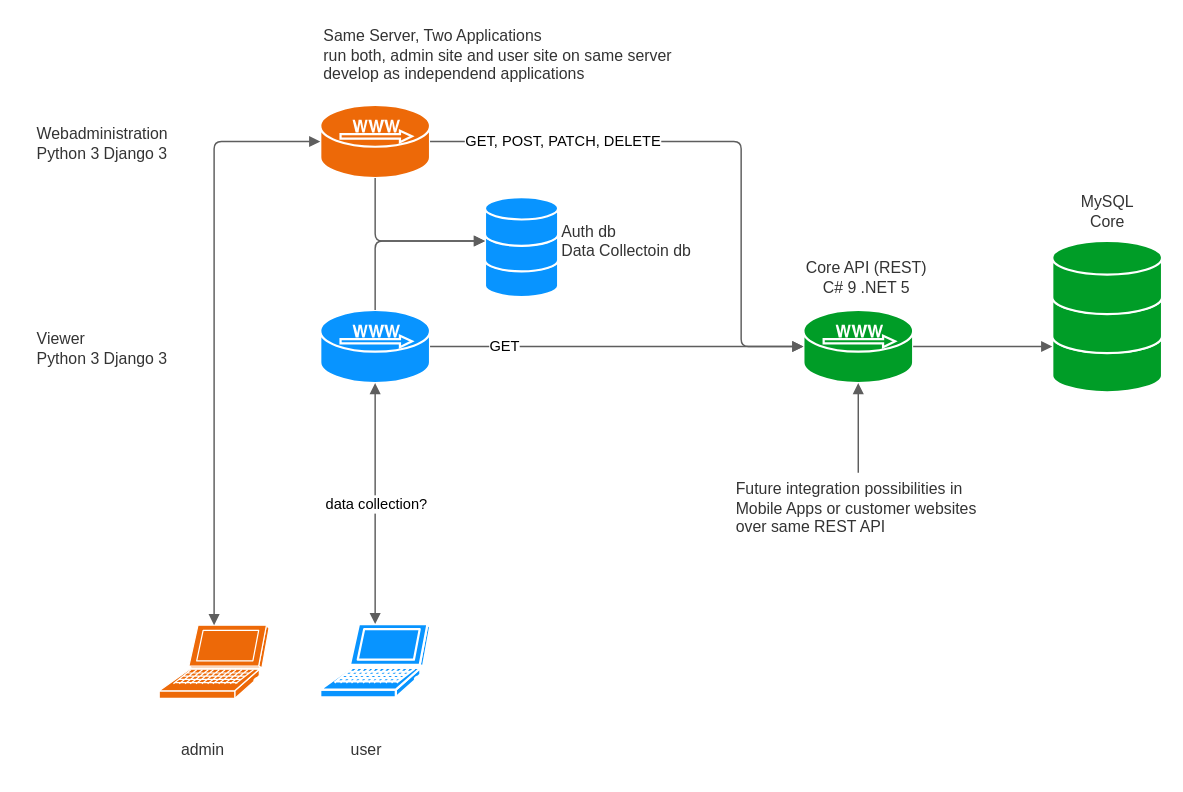
This is docs/howtos_server.drawio from tiveritz/how-tos-api-csharp, a draw.io file, before an edit. Source tidied: cells renumbered, new cells numbered last; positions are measured from the earlier drawing's top-left corner, leaving out a move shared by most shapes. Both pictures are drawn from the tidied source at 122%, with x=0, y=0 at pixel (21, 21).
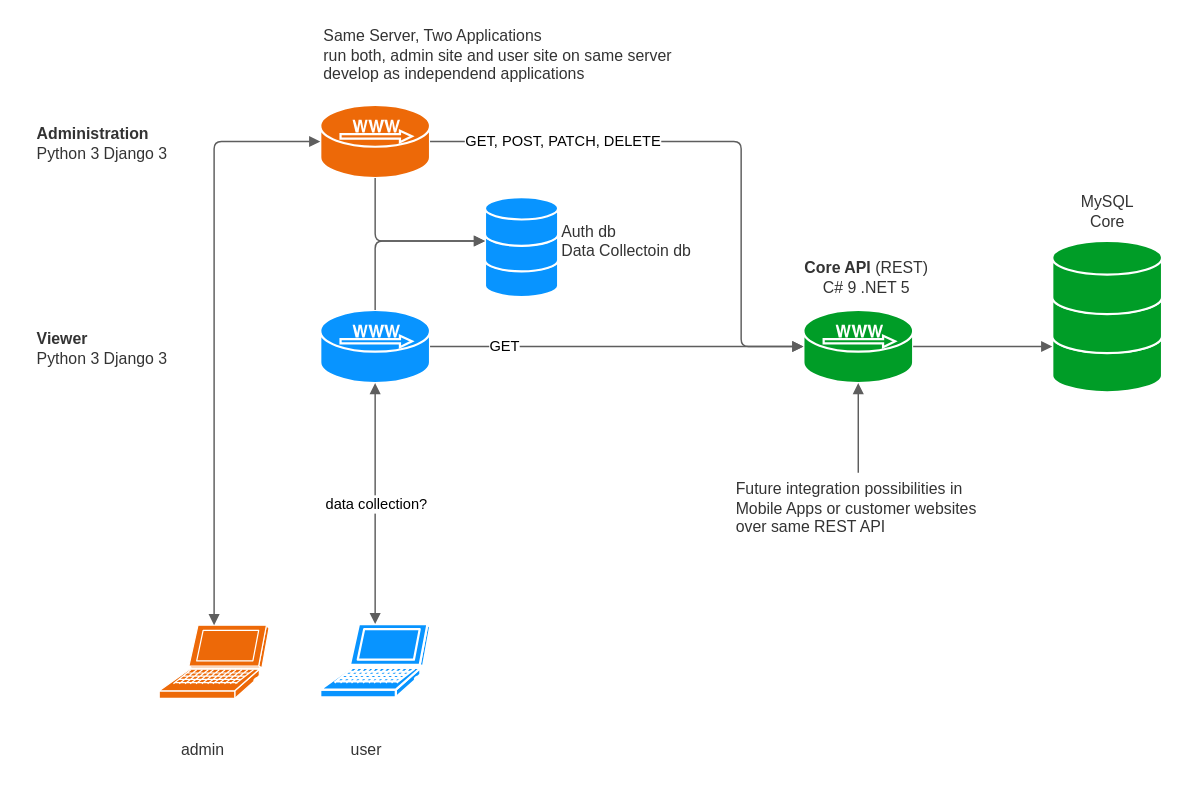
The same page after the edit.

Diff of the diagram source:
```diff
@@
-    <mxCell id="2" value="Core API (REST)&lt;br&gt;C# 9 .NET 5" style="html=1;whiteSpace=wrap;fontSize=13;fontColor=#333333;fontStyle=0;align=center;spacingLeft=13.333333333333332;spacing=0;verticalAlign=top;strokeColor=none;strokeOpacity=100;rounded=1;absoluteArcSize=1;arcSize=7.199999999999999;fillColor=none;strokeWidth=1.7999999999999998;" parent="1" vertex="1">
+    <mxCell id="2" value="&lt;b&gt;Core API &lt;/b&gt;(REST)&lt;br&gt;C# 9 .NET 5" style="html=1;whiteSpace=wrap;fontSize=13;fontColor=#333333;fontStyle=0;align=center;spacingLeft=13.333333333333332;spacing=0;verticalAlign=top;strokeColor=none;strokeOpacity=100;rounded=1;absoluteArcSize=1;arcSize=7.199999999999999;fillColor=none;strokeWidth=1.7999999999999998;" parent="1" vertex="1">
       <mxGeometry x="629.5" y="189.5" width="113" height="41" as="geometry" />
     </mxCell>
@@
-    <mxCell id="21" value="Webadministration&lt;br&gt;Python 3 Django 3" style="html=1;whiteSpace=wrap;fontSize=13;fontColor=#333333;fontStyle=0;align=left;spacingLeft=13.333333333333332;spacing=0;verticalAlign=top;strokeColor=none;strokeOpacity=100;rounded=1;absoluteArcSize=1;arcSize=7.199999999999999;fillColor=none;strokeWidth=1.7999999999999998;" parent="1" vertex="1">
+    <mxCell id="21" value="&lt;b&gt;Administration&lt;/b&gt;&lt;br&gt;Python 3 Django 3" style="html=1;whiteSpace=wrap;fontSize=13;fontColor=#333333;fontStyle=0;align=left;spacingLeft=13.333333333333332;spacing=0;verticalAlign=top;strokeColor=none;strokeOpacity=100;rounded=1;absoluteArcSize=1;arcSize=7.199999999999999;fillColor=none;strokeWidth=1.7999999999999998;" parent="1" vertex="1">
       <mxGeometry y="79.5" width="134" height="38" as="geometry" />
     </mxCell>
@@
-    <mxCell id="32" value="Viewer&lt;br&gt;Python 3 Django 3" style="html=1;whiteSpace=wrap;fontSize=13;fontColor=#333333;fontStyle=0;align=left;spacingLeft=13.333333333333332;spacing=0;verticalAlign=top;strokeColor=none;strokeOpacity=100;rounded=1;absoluteArcSize=1;arcSize=7.199999999999999;fillColor=none;strokeWidth=1.7999999999999998;" parent="1" vertex="1">
+    <mxCell id="32" value="&lt;b&gt;Viewer&lt;/b&gt;&lt;br&gt;Python 3 Django 3" style="html=1;whiteSpace=wrap;fontSize=13;fontColor=#333333;fontStyle=0;align=left;spacingLeft=13.333333333333332;spacing=0;verticalAlign=top;strokeColor=none;strokeOpacity=100;rounded=1;absoluteArcSize=1;arcSize=7.199999999999999;fillColor=none;strokeWidth=1.7999999999999998;" parent="1" vertex="1">
       <mxGeometry y="247.5" width="134" height="38" as="geometry" />
     </mxCell>
```
